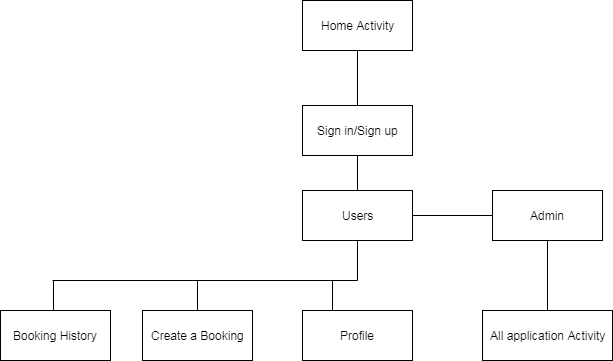
warlinsgit/barbershopuml keeps this draw.io diagram as hierarchal diagram.png. Above is the earlier version. Source tidied: cells renumbered, new cells last; positions are measured from the earlier drawing's top-left corner, leaving out a move shared by most shapes. Source of this version:
```xml
<mxGraphModel>
  <root>
    <mxCell id="0" />
    <mxCell id="1" parent="0" />
    <mxCell id="2" style="edgeStyle=orthogonalEdgeStyle;rounded=0;jettySize=auto;html=1;endArrow=none;endFill=0;" parent="1" edge="1" source="3" target="12">
      <mxGeometry relative="1" as="geometry" />
    </mxCell>
    <mxCell id="3" value="Sign in/Sign up" style="html=1;" parent="1" vertex="1">
      <mxGeometry x="302" y="105" width="110" height="50" as="geometry" />
    </mxCell>
    <mxCell id="4" style="edgeStyle=orthogonalEdgeStyle;rounded=0;jettySize=auto;html=1;exitX=0.5;exitY=1;exitDx=0;exitDy=0;endArrow=none;endFill=0;" parent="1" edge="1" source="5" target="3">
      <mxGeometry relative="1" as="geometry" />
    </mxCell>
    <mxCell id="5" value="Home Activity" style="html=1;" parent="1" vertex="1">
      <mxGeometry x="302" width="110" height="50" as="geometry" />
    </mxCell>
    <mxCell id="6" value="All application Activity" style="html=1;" parent="1" vertex="1">
      <mxGeometry x="482" y="310" width="130" height="50" as="geometry" />
    </mxCell>
    <mxCell id="7" value="Profile" style="html=1;" parent="1" vertex="1">
      <mxGeometry x="302" y="310" width="110" height="50" as="geometry" />
    </mxCell>
    <mxCell id="8" style="edgeStyle=orthogonalEdgeStyle;rounded=0;orthogonalLoop=1;jettySize=auto;html=1;endArrow=none;endFill=0;" parent="1" edge="1">
      <mxGeometry relative="1" as="geometry">
        <mxPoint x="51" y="310" as="sourcePoint" />
        <mxPoint x="53" y="280" as="targetPoint" />
      </mxGeometry>
    </mxCell>
    <mxCell id="9" value="Booking History" style="html=1;" parent="1" vertex="1">
      <mxGeometry y="310" width="110" height="50" as="geometry" />
    </mxCell>
    <mxCell id="10" style="edgeStyle=orthogonalEdgeStyle;rounded=0;jettySize=auto;html=1;endArrow=none;endFill=0;" parent="1" edge="1" source="12" target="14">
      <mxGeometry relative="1" as="geometry" />
    </mxCell>
    <mxCell id="11" style="edgeStyle=orthogonalEdgeStyle;rounded=0;jettySize=auto;html=1;endArrow=none;endFill=0;" parent="1" edge="1" source="12">
      <mxGeometry relative="1" as="geometry">
        <mxPoint x="357" y="280" as="targetPoint" />
      </mxGeometry>
    </mxCell>
    <mxCell id="12" value="Users" style="html=1;" parent="1" vertex="1">
      <mxGeometry x="302" y="190" width="110" height="50" as="geometry" />
    </mxCell>
    <mxCell id="13" style="edgeStyle=orthogonalEdgeStyle;rounded=0;jettySize=auto;html=1;entryX=0.5;entryY=0;entryDx=0;entryDy=0;endArrow=none;endFill=0;" parent="1" edge="1" source="14" target="6">
      <mxGeometry relative="1" as="geometry" />
    </mxCell>
    <mxCell id="14" value="Admin" style="html=1;" parent="1" vertex="1">
      <mxGeometry x="492" y="190" width="110" height="50" as="geometry" />
    </mxCell>
    <mxCell id="15" value="Create a Booking" style="html=1;" parent="1" vertex="1">
      <mxGeometry x="142" y="310" width="110" height="50" as="geometry" />
    </mxCell>
    <mxCell id="16" style="endArrow=none;html=1;" parent="1" edge="1">
      <mxGeometry relative="1" as="geometry">
        <mxPoint x="52" y="280" as="sourcePoint" />
        <mxPoint x="357" y="280" as="targetPoint" />
      </mxGeometry>
    </mxCell>
    <mxCell id="17" style="endArrow=none;html=1;exitX=0.5;exitY=0;exitDx=0;exitDy=0;" parent="1" edge="1" source="15">
      <mxGeometry relative="1" as="geometry">
        <mxPoint x="197" y="280" as="targetPoint" />
      </mxGeometry>
    </mxCell>
    <mxCell id="18" style="endArrow=none;html=1;exitX=0.5;exitY=0;exitDx=0;exitDy=0;" parent="1" edge="1">
      <mxGeometry relative="1" as="geometry">
        <mxPoint x="332" y="310" as="sourcePoint" />
        <mxPoint x="332" y="280" as="targetPoint" />
      </mxGeometry>
    </mxCell>
  </root>
</mxGraphModel>
```
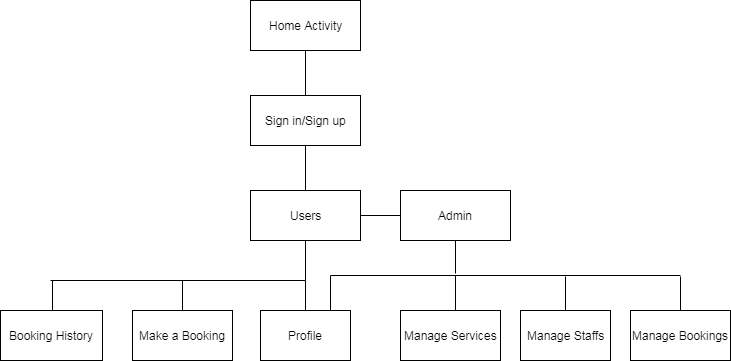
Later version of the same file.

The edit, as a diff of the source:
```diff
@@ -6,7 +6,7 @@
       <mxGeometry relative="1" as="geometry" />
     </mxCell>
     <mxCell id="3" value="Sign in/Sign up" style="html=1;" parent="1" vertex="1">
-      <mxGeometry x="302" y="105" width="110" height="50" as="geometry" />
+      <mxGeometry x="302" y="95" width="110" height="50" as="geometry" />
     </mxCell>
     <mxCell id="4" style="edgeStyle=orthogonalEdgeStyle;rounded=0;jettySize=auto;html=1;exitX=0.5;exitY=1;exitDx=0;exitDy=0;endArrow=none;endFill=0;" parent="1" edge="1" source="5" target="3">
       <mxGeometry relative="1" as="geometry" />
@@ -14,20 +14,25 @@
     <mxCell id="5" value="Home Activity" style="html=1;" parent="1" vertex="1">
       <mxGeometry x="302" width="110" height="50" as="geometry" />
     </mxCell>
+    <mxCell id="19" style="edgeStyle=orthogonalEdgeStyle;rounded=0;jettySize=auto;html=1;endArrow=none;endFill=0;exitX=0.63;exitY=0;exitDx=0;exitDy=0;exitPerimeter=0;" parent="1" edge="1" source="6">
+      <mxGeometry relative="1" as="geometry">
+        <mxPoint x="507" y="275" as="targetPoint" />
+      </mxGeometry>
+    </mxCell>
-    <mxCell id="6" value="All application Activity" style="html=1;" parent="1" vertex="1">
-      <mxGeometry x="482" y="310" width="130" height="50" as="geometry" />
+    <mxCell id="6" value="Manage Services" style="html=1;" parent="1" vertex="1">
+      <mxGeometry x="452" y="310" width="100" height="50" as="geometry" />
     </mxCell>
     <mxCell id="7" value="Profile" style="html=1;" parent="1" vertex="1">
-      <mxGeometry x="302" y="310" width="110" height="50" as="geometry" />
+      <mxGeometry x="312" y="310" width="90" height="50" as="geometry" />
     </mxCell>
     <mxCell id="8" style="edgeStyle=orthogonalEdgeStyle;rounded=0;orthogonalLoop=1;jettySize=auto;html=1;endArrow=none;endFill=0;" parent="1" edge="1">
       <mxGeometry relative="1" as="geometry">
-        <mxPoint x="51" y="310" as="sourcePoint" />
-        <mxPoint x="53" y="280" as="targetPoint" />
+        <mxPoint x="102" y="310" as="sourcePoint" />
+        <mxPoint x="104" y="280" as="targetPoint" />
       </mxGeometry>
     </mxCell>
     <mxCell id="9" value="Booking History" style="html=1;" parent="1" vertex="1">
-      <mxGeometry y="310" width="110" height="50" as="geometry" />
+      <mxGeometry x="52" y="310" width="102" height="50" as="geometry" />
     </mxCell>
     <mxCell id="10" style="edgeStyle=orthogonalEdgeStyle;rounded=0;jettySize=auto;html=1;endArrow=none;endFill=0;" parent="1" edge="1" source="12" target="14">
       <mxGeometry relative="1" as="geometry" />
@@ -40,31 +45,61 @@
     <mxCell id="12" value="Users" style="html=1;" parent="1" vertex="1">
       <mxGeometry x="302" y="190" width="110" height="50" as="geometry" />
     </mxCell>
-    <mxCell id="13" style="edgeStyle=orthogonalEdgeStyle;rounded=0;jettySize=auto;html=1;entryX=0.5;entryY=0;entryDx=0;entryDy=0;endArrow=none;endFill=0;" parent="1" edge="1" source="14" target="6">
-      <mxGeometry relative="1" as="geometry" />
-    </mxCell>
+    <mxCell id="20" style="edgeStyle=orthogonalEdgeStyle;rounded=0;jettySize=auto;html=1;endArrow=none;endFill=0;" parent="1" edge="1" source="14">
+      <mxGeometry relative="1" as="geometry">
+        <mxPoint x="507" y="273" as="targetPoint" />
+      </mxGeometry>
+    </mxCell>
     <mxCell id="14" value="Admin" style="html=1;" parent="1" vertex="1">
-      <mxGeometry x="492" y="190" width="110" height="50" as="geometry" />
+      <mxGeometry x="452" y="190" width="110" height="50" as="geometry" />
     </mxCell>
-    <mxCell id="15" value="Create a Booking" style="html=1;" parent="1" vertex="1">
-      <mxGeometry x="142" y="310" width="110" height="50" as="geometry" />
+    <mxCell id="15" value="Make a Booking" style="html=1;" parent="1" vertex="1">
+      <mxGeometry x="184" y="310" width="100" height="50" as="geometry" />
     </mxCell>
     <mxCell id="16" style="endArrow=none;html=1;" parent="1" edge="1">
       <mxGeometry relative="1" as="geometry">
-        <mxPoint x="52" y="280" as="sourcePoint" />
+        <mxPoint x="102" y="280" as="sourcePoint" />
         <mxPoint x="357" y="280" as="targetPoint" />
       </mxGeometry>
     </mxCell>
     <mxCell id="17" style="endArrow=none;html=1;exitX=0.5;exitY=0;exitDx=0;exitDy=0;" parent="1" edge="1" source="15">
       <mxGeometry relative="1" as="geometry">
-        <mxPoint x="197" y="280" as="targetPoint" />
+        <mxPoint x="234" y="280" as="targetPoint" />
       </mxGeometry>
     </mxCell>
-    <mxCell id="18" style="endArrow=none;html=1;exitX=0.5;exitY=0;exitDx=0;exitDy=0;" parent="1" edge="1">
-      <mxGeometry relative="1" as="geometry">
-        <mxPoint x="332" y="310" as="sourcePoint" />
-        <mxPoint x="332" y="280" as="targetPoint" />
-      </mxGeometry>
-    </mxCell>
+    <mxCell id="21" style="endArrow=none;html=1;" parent="1" edge="1">
+      <mxGeometry relative="1" as="geometry">
+        <mxPoint x="382" y="275" as="sourcePoint" />
+        <mxPoint x="732" y="275" as="targetPoint" />
+      </mxGeometry>
+    </mxCell>
+    <mxCell id="22" style="endArrow=none;html=1;entryX=0.5;entryY=0;entryDx=0;entryDy=0;" parent="1" edge="1" target="7">
+      <mxGeometry relative="1" as="geometry">
+        <mxPoint x="357" y="280" as="sourcePoint" />
+      </mxGeometry>
+    </mxCell>
+    <mxCell id="23" style="edgeStyle=orthogonalEdgeStyle;rounded=0;orthogonalLoop=1;jettySize=auto;html=1;endArrow=none;endFill=0;" parent="1" edge="1">
+      <mxGeometry relative="1" as="geometry">
+        <mxPoint x="617" y="310" as="sourcePoint" />
+        <mxPoint x="617" y="276" as="targetPoint" />
+      </mxGeometry>
+    </mxCell>
+    <mxCell id="24" value="Manage Staffs" style="html=1;" parent="1" vertex="1">
+      <mxGeometry x="572" y="310" width="90" height="50" as="geometry" />
+    </mxCell>
+    <mxCell id="25" style="edgeStyle=orthogonalEdgeStyle;rounded=0;jettySize=auto;html=1;endArrow=none;endFill=0;exitX=0.5;exitY=0;exitDx=0;exitDy=0;" parent="1" edge="1" source="26">
+      <mxGeometry relative="1" as="geometry">
+        <mxPoint x="732" y="276" as="targetPoint" />
+      </mxGeometry>
+    </mxCell>
+    <mxCell id="26" value="Manage Bookings" style="html=1;" parent="1" vertex="1">
+      <mxGeometry x="682" y="310" width="100" height="50" as="geometry" />
+    </mxCell>
+    <mxCell id="27" style="edgeStyle=orthogonalEdgeStyle;rounded=0;orthogonalLoop=1;jettySize=auto;html=1;endArrow=none;endFill=0;" parent="1" edge="1">
+      <mxGeometry relative="1" as="geometry">
+        <mxPoint x="382" y="310" as="sourcePoint" />
+        <mxPoint x="382" y="275" as="targetPoint" />
+      </mxGeometry>
+    </mxCell>
   </root>
 </mxGraphModel>
```
